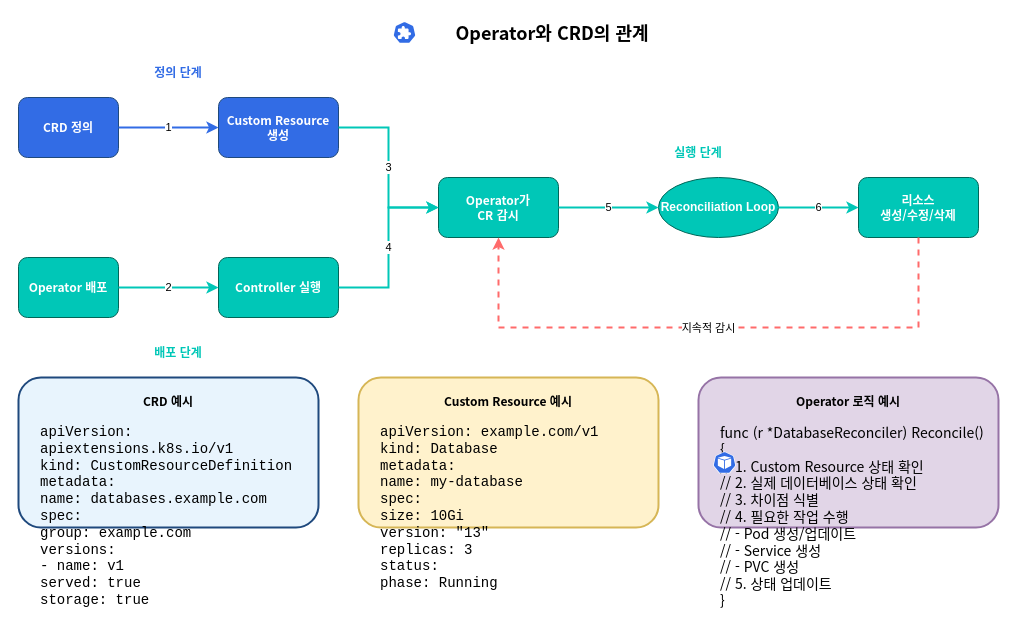
The draw.io diagram assets/generated-diagrams/operator_crd_relationship.drawio in Atom-oh/kubernetes-docs, before the edit. Source tidied: cells renumbered, new cells numbered last; positions are measured from the earlier drawing's top-left corner, leaving out a move shared by most shapes. Both pictures are drawn from the tidied source at 100%, with x=0, y=0 at pixel (18, 17).
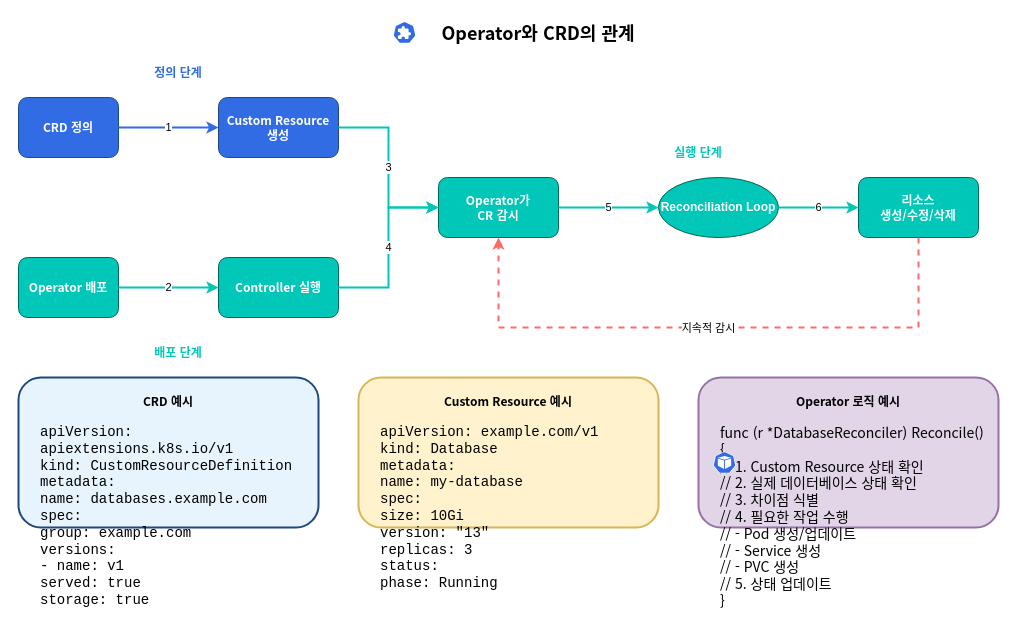
The same diagram, later.

The edit, as a diff of the source:
```diff
@@
-    <mxCell id="2" value="Operator와 CRD의 관계" style="text;html=1;strokeColor=none;fillColor=none;align=center;verticalAlign=middle;whiteSpace=wrap;rounded=0;fontSize=18;fontStyle=1;fontFamily=Noto Sans CJK KR;spacingLeft=28;" parent="1" vertex="1">
+    <mxCell id="2" value="Operator와 CRD의 관계" style="text;html=1;strokeColor=none;fillColor=none;align=center;verticalAlign=middle;whiteSpace=wrap;rounded=0;fontSize=18;fontStyle=1;fontFamily=Noto Sans CJK KR;" parent="1" vertex="1">
       <mxGeometry x="370" width="300" height="30" as="geometry" />
     </mxCell>
```
